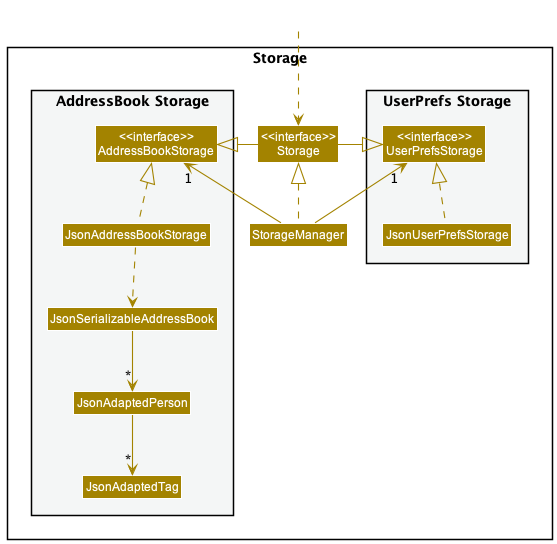
The PlantUML diagram docs/images/StorageClassDiagram.png in nus-cs2103-AY2223S1/tp, before a commit.
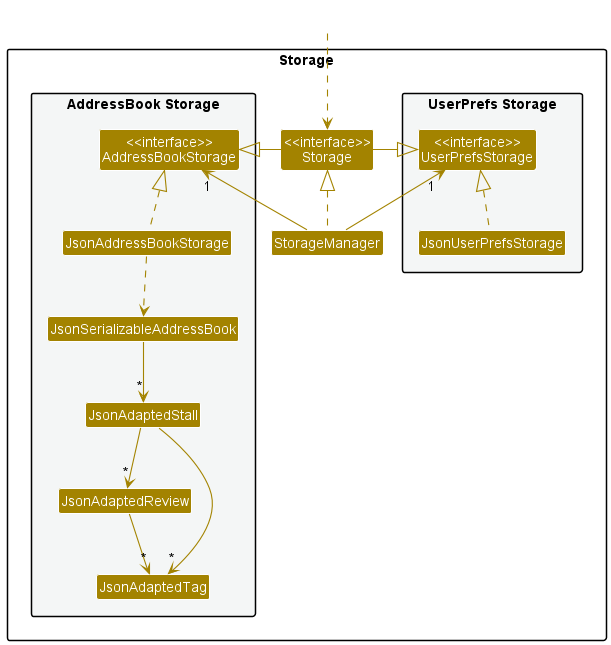
After the change.

Commit message:
Update Developer Guide for Storage and set links correctly

What changed in the source:
```diff
@@ -18,7 +18,8 @@
 Class "<<interface>>\nAddressBookStorage" as AddressBookStorage
 Class JsonAddressBookStorage
 Class JsonSerializableAddressBook
-Class JsonAdaptedPerson
+Class JsonAdaptedStall
+Class JsonAdaptedReview
 Class JsonAdaptedTag
 }
 
@@ -37,7 +38,9 @@
 JsonUserPrefsStorage .up.|> UserPrefsStorage
 JsonAddressBookStorage .up.|> AddressBookStorage
 JsonAddressBookStorage ..> JsonSerializableAddressBook
-JsonSerializableAddressBook --> "*" JsonAdaptedPerson
-JsonAdaptedPerson --> "*" JsonAdaptedTag
+JsonSerializableAddressBook --> "*" JsonAdaptedStall
+JsonAdaptedStall --> "*" JsonAdaptedReview
+JsonAdaptedStall --> "*" JsonAdaptedTag
+JsonAdaptedReview --> "*" JsonAdaptedTag
 
 @enduml
```
